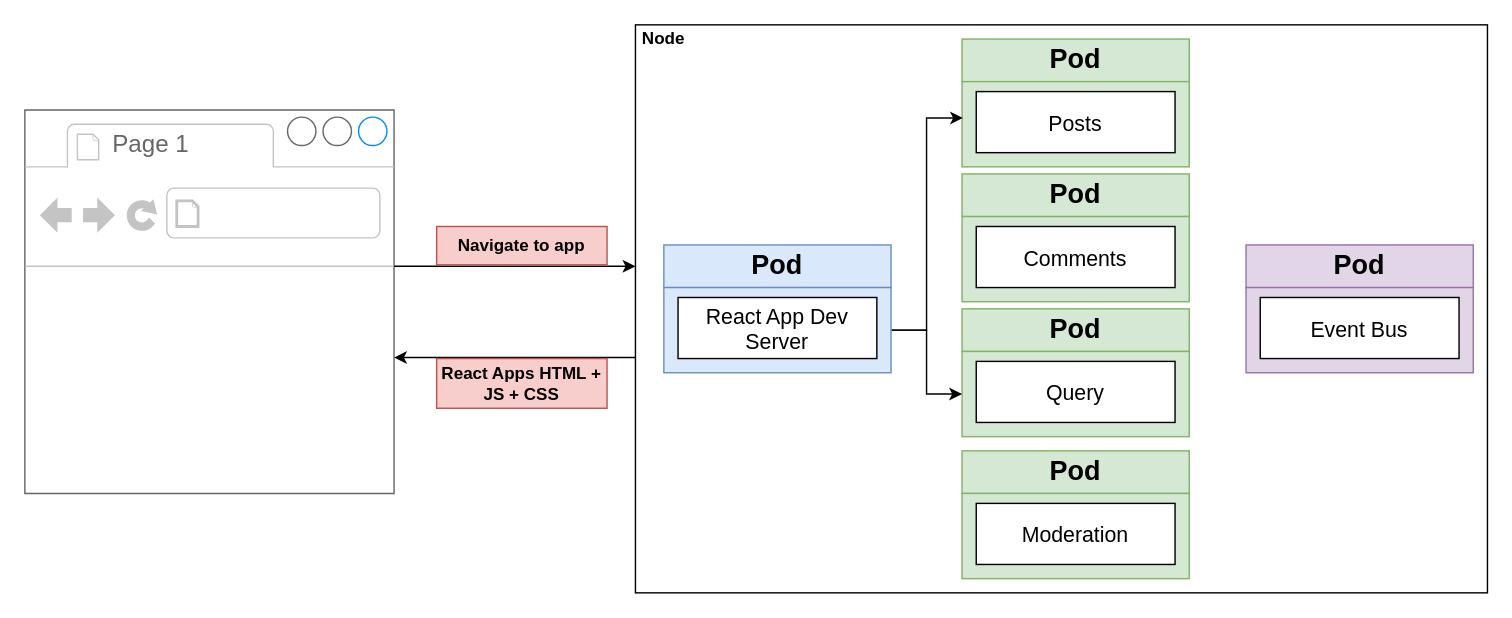
This is page "02 - initial" (2 of 14) of diagrams/04/03.drawio from HappySuzuki/microservices-cast, a draw.io file, before an edit. Source tidied: cells renumbered, new cells numbered last; positions are measured from the earlier drawing's top-left corner, leaving out a move shared by most shapes. Both pictures are drawn from the tidied source at 142%, with x=0, y=0 at pixel (24, 24).
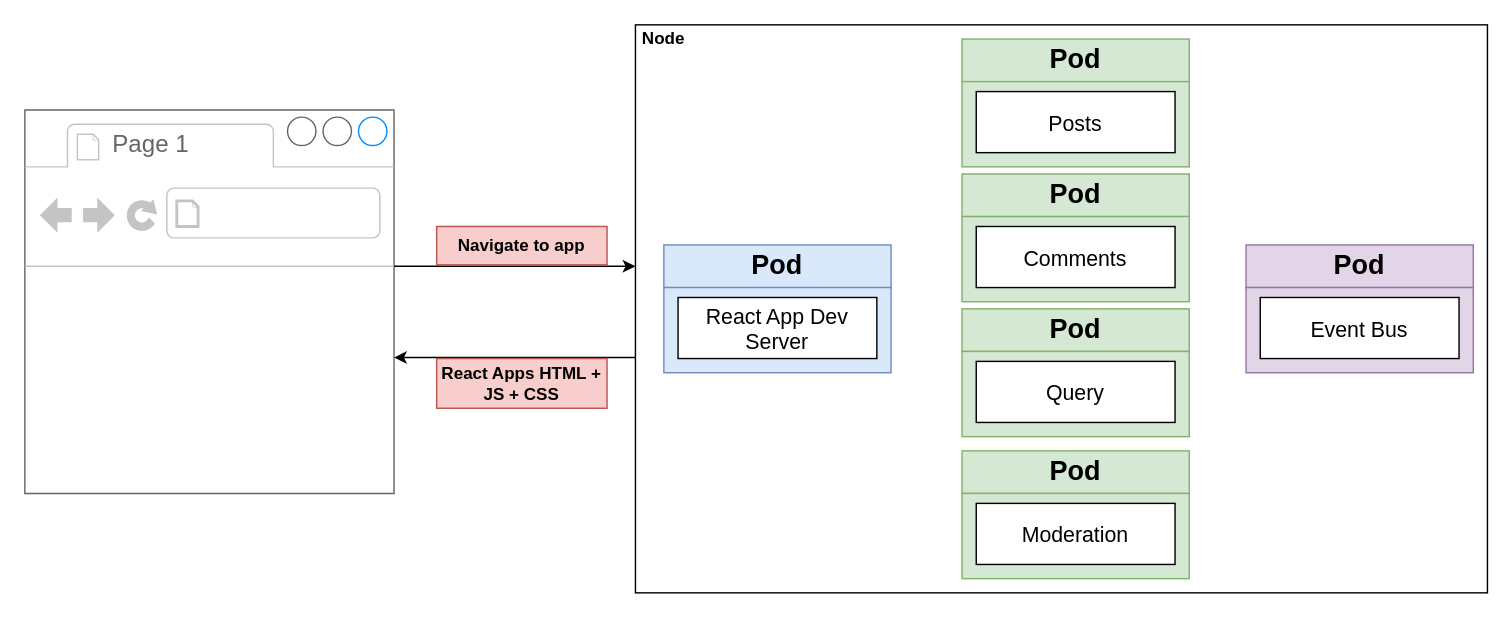
The same diagram, later.

The change refers to these unchanged cells:
```xml
<mxCell id="7" style="rounded=0;whiteSpace=wrap;html=1;fontSize=19;fillColor=#d5e8d4;strokeColor=#82b366;fontStyle=1;" parent="1" vertex="1">
  <mxGeometry x="660" y="40" width="160" height="60" as="geometry" />
</mxCell>
<mxCell id="13" style="rounded=0;whiteSpace=wrap;html=1;fontSize=19;fillColor=#d5e8d4;strokeColor=#82b366;fontStyle=1;" parent="1" vertex="1">
  <mxGeometry x="660" y="230" width="160" height="60" as="geometry" />
</mxCell>
<mxCell id="21" style="rounded=0;whiteSpace=wrap;html=1;fontSize=19;fillColor=#dae8fc;strokeColor=#6c8ebf;fontStyle=1;" parent="1" vertex="1">
  <mxGeometry x="450" y="185" width="160" height="60" as="geometry" />
</mxCell>
```

The edit, as a diff of the source:
```diff
@@
-    <mxCell id="19" style="edgeStyle=orthogonalEdgeStyle;rounded=0;jettySize=auto;html=1;exitX=1;exitY=0.5;exitDx=0;exitDy=0;entryX=0.004;entryY=0.426;entryDx=0;entryDy=0;entryPerimeter=0;fontSize=16;" parent="1" edge="1" source="21" target="7">
-      <mxGeometry relative="1" as="geometry" />
-    </mxCell>
-    <mxCell id="20" style="edgeStyle=orthogonalEdgeStyle;rounded=0;jettySize=auto;html=1;exitX=1;exitY=0.5;exitDx=0;exitDy=0;entryX=0;entryY=0.5;entryDx=0;entryDy=0;fontSize=16;" parent="1" edge="1" source="21" target="13">
-      <mxGeometry relative="1" as="geometry" />
-    </mxCell>
```
